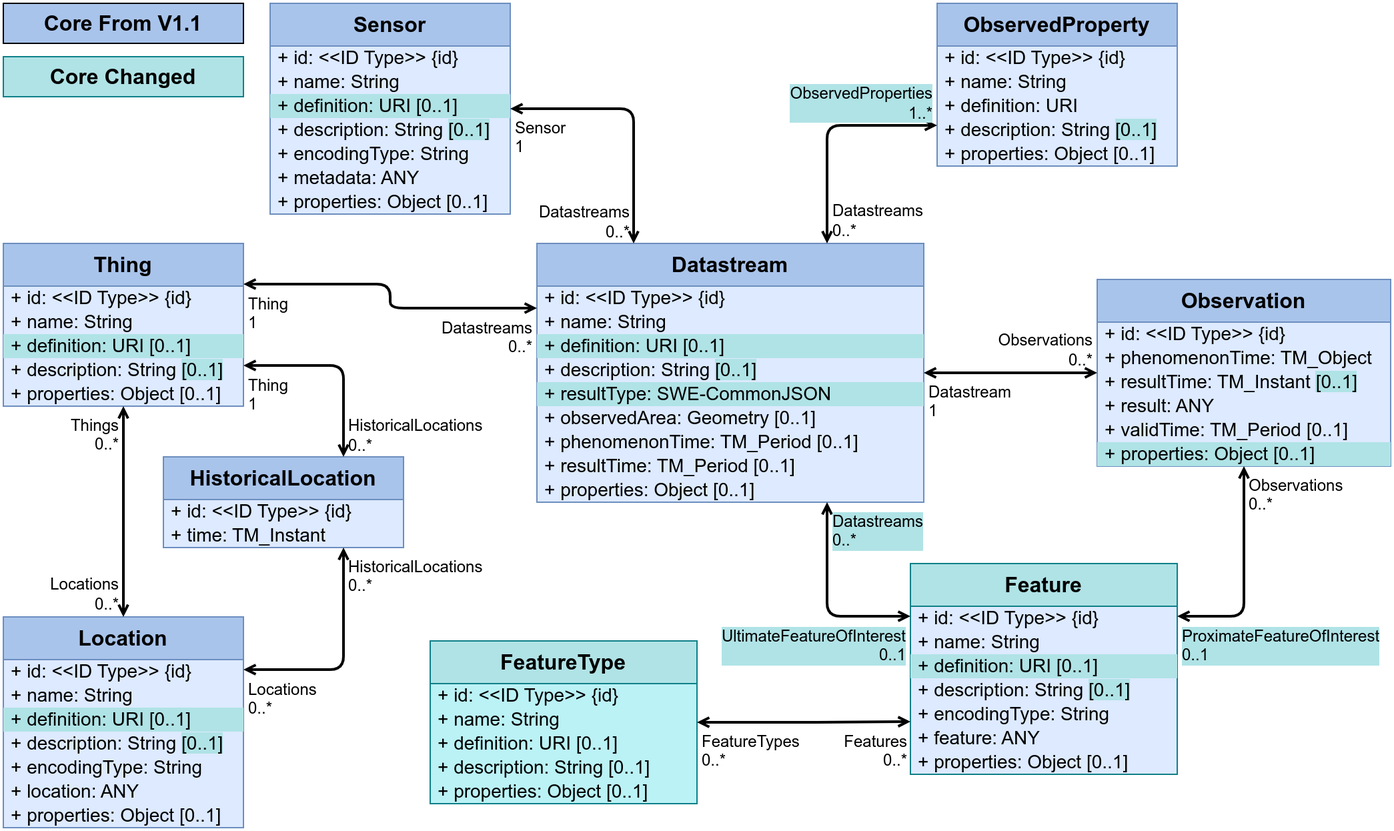
The draw.io diagram figures/Datamodel-SensorThingsApi-V2-Core-changed.drawio.png in opengeospatial/sensorthings, before a commit. Source tidied: cells renumbered, new cells last; positions are measured from the earlier drawing's top-left corner, leaving out a move shared by most shapes.
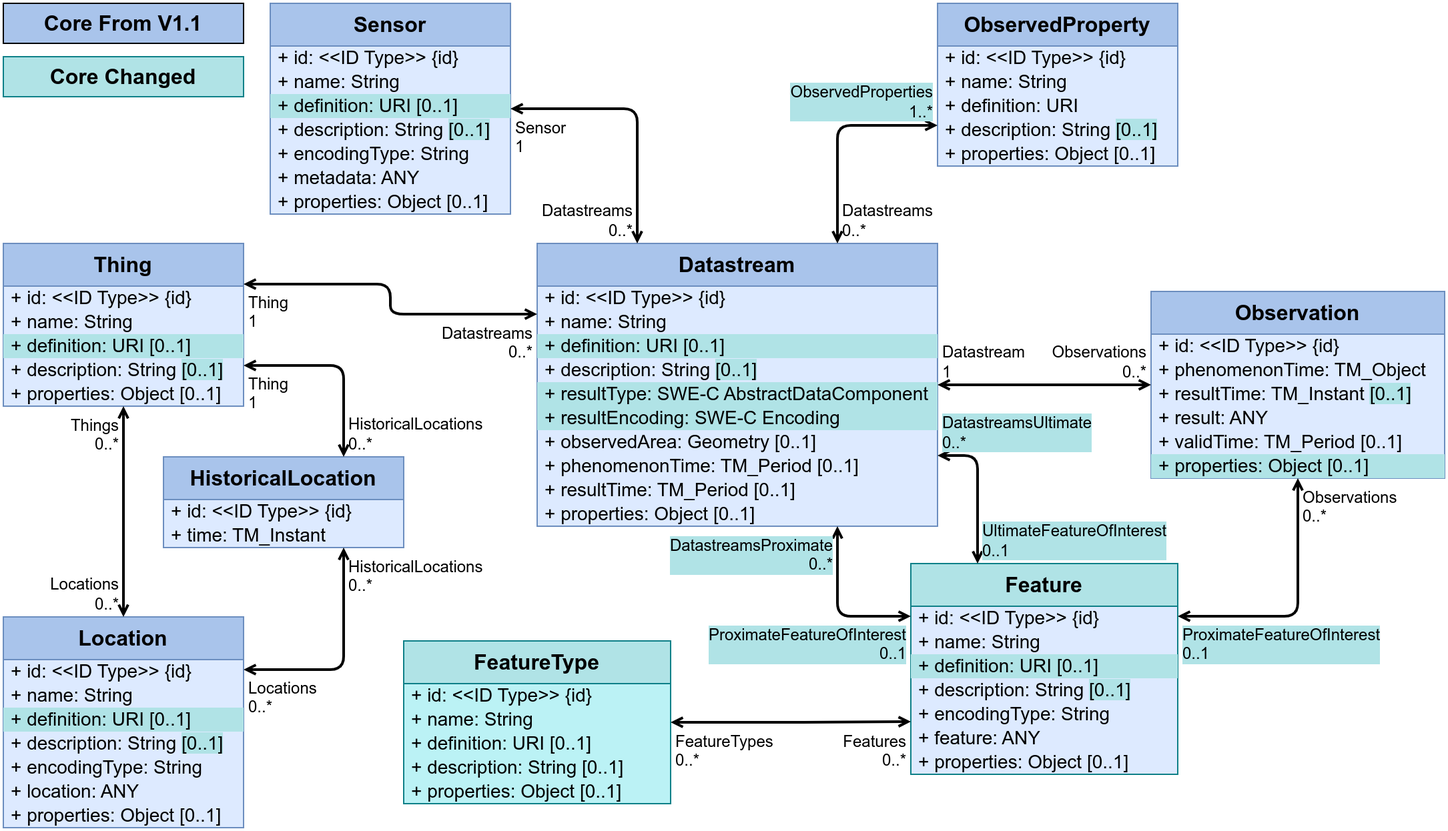
Above is the later version.

Commit message:
Added ProximateFeatureOfInterest link to Datastream

Diff of the diagram source:
```diff
@@ -3,34 +3,37 @@
     <mxCell id="0" />
     <mxCell id="1" parent="0" />
     <mxCell id="2" value="Datastream" style="swimlane;fontStyle=1;horizontal=1;startSize=32;fontSize=16;whiteSpace=wrap;html=1;fillColor=#A9C4EB;strokeColor=#6c8ebf;swimlaneFillColor=#DDEAFF;verticalAlign=top;" parent="1" vertex="1">
-      <mxGeometry x="400" y="180" width="290" height="194" as="geometry" />
+      <mxGeometry x="400" y="180" width="300" height="212" as="geometry" />
     </mxCell>
     <mxCell id="3" value="+&amp;nbsp;id: &amp;lt;&amp;lt;ID Type&amp;gt;&amp;gt;&amp;nbsp;{id}" style="text;strokeColor=none;fillColor=none;align=left;verticalAlign=middle;spacingLeft=4;spacingRight=4;overflow=visible;html=1;fontSize=14;" parent="2" vertex="1">
-      <mxGeometry y="32" width="290" height="18" as="geometry" />
+      <mxGeometry y="32" width="300" height="18" as="geometry" />
     </mxCell>
     <mxCell id="4" value="+ name: String" style="text;strokeColor=none;fillColor=none;align=left;verticalAlign=middle;spacingLeft=4;spacingRight=4;overflow=visible;html=1;fontSize=14;" parent="2" vertex="1">
-      <mxGeometry y="50" width="290" height="18" as="geometry" />
+      <mxGeometry y="50" width="300" height="18" as="geometry" />
     </mxCell>
     <mxCell id="5" value="+&amp;nbsp;definition: URI&amp;nbsp;[0..1]" style="text;strokeColor=none;fillColor=#B0E3E6;align=left;verticalAlign=middle;spacingLeft=4;spacingRight=4;overflow=visible;html=1;fontSize=14;" parent="2" vertex="1">
-      <mxGeometry y="68" width="290" height="18" as="geometry" />
+      <mxGeometry y="68" width="300" height="18" as="geometry" />
     </mxCell>
     <mxCell id="6" value="+ description: String&amp;nbsp;&lt;span style=&quot;background-color: rgb(176, 227, 230);&quot;&gt;[0..1]&lt;/span&gt;" style="text;strokeColor=none;fillColor=none;align=left;verticalAlign=middle;spacingLeft=4;spacingRight=4;overflow=visible;html=1;fontSize=14;" parent="2" vertex="1">
-      <mxGeometry y="86" width="290" height="18" as="geometry" />
+      <mxGeometry y="86" width="300" height="18" as="geometry" />
     </mxCell>
-    <mxCell id="7" value="+ resultType: SWE-CommonJSON" style="text;strokeColor=none;fillColor=#b0e3e6;align=left;verticalAlign=middle;spacingLeft=4;spacingRight=4;overflow=visible;html=1;fontSize=14;" parent="2" vertex="1">
-      <mxGeometry y="104" width="290" height="18" as="geometry" />
+    <mxCell id="7" value="+ resultType: SWE-C AbstractDataComponent" style="text;strokeColor=none;fillColor=#b0e3e6;align=left;verticalAlign=middle;spacingLeft=4;spacingRight=4;overflow=visible;html=1;fontSize=14;" parent="2" vertex="1">
+      <mxGeometry y="104" width="300" height="18" as="geometry" />
     </mxCell>
+    <mxCell id="96" value="+ resultEncoding: SWE-C Encoding" style="text;strokeColor=none;fillColor=#b0e3e6;align=left;verticalAlign=middle;spacingLeft=4;spacingRight=4;overflow=visible;html=1;fontSize=14;" parent="2" vertex="1">
+      <mxGeometry y="122" width="300" height="18" as="geometry" />
+    </mxCell>
     <mxCell id="8" value="+&amp;nbsp;observedArea: Geometry&amp;nbsp;[0..1]" style="text;strokeColor=none;fillColor=none;align=left;verticalAlign=middle;spacingLeft=4;spacingRight=4;overflow=visible;html=1;fontSize=14;" parent="2" vertex="1">
-      <mxGeometry y="122" width="290" height="18" as="geometry" />
+      <mxGeometry y="140" width="300" height="18" as="geometry" />
     </mxCell>
     <mxCell id="9" value="+&amp;nbsp;phenomenonTime:&amp;nbsp;TM_Period&amp;nbsp;[0..1]" style="text;strokeColor=none;fillColor=none;align=left;verticalAlign=middle;spacingLeft=4;spacingRight=4;overflow=visible;html=1;fontSize=14;" parent="2" vertex="1">
-      <mxGeometry y="140" width="290" height="18" as="geometry" />
+      <mxGeometry y="158" width="300" height="18" as="geometry" />
     </mxCell>
     <mxCell id="10" value="+&amp;nbsp;resultTime:&amp;nbsp;TM_Period&amp;nbsp;[0..1]" style="text;strokeColor=none;fillColor=none;align=left;verticalAlign=middle;spacingLeft=4;spacingRight=4;overflow=visible;html=1;fontSize=14;" parent="2" vertex="1">
-      <mxGeometry y="158" width="290" height="18" as="geometry" />
+      <mxGeometry y="176" width="300" height="18" as="geometry" />
     </mxCell>
     <mxCell id="11" value="+&amp;nbsp;properties: Object&amp;nbsp;[0..1]" style="text;strokeColor=none;fillColor=none;align=left;verticalAlign=middle;spacingLeft=4;spacingRight=4;overflow=visible;html=1;fontSize=14;" parent="2" vertex="1">
-      <mxGeometry y="176" width="290" height="18" as="geometry" />
+      <mxGeometry y="194" width="300" height="18" as="geometry" />
     </mxCell>
     <mxCell id="12" value="Feature" style="swimlane;fontStyle=1;horizontal=1;startSize=32;fontSize=16;whiteSpace=wrap;html=1;fillColor=#b0e3e6;strokeColor=#0e8088;swimlaneFillColor=#DDEAFF;verticalAlign=top;" parent="1" vertex="1">
       <mxGeometry x="680" y="420" width="200" height="158" as="geometry" />
@@ -59,14 +62,14 @@
     <mxCell id="20" style="endArrow=open;startArrow=open;html=1;rounded=1;exitX=0;exitY=0.25;exitDx=0;exitDy=0;edgeStyle=orthogonalEdgeStyle;entryX=0.75;entryY=1;entryDx=0;entryDy=0;curved=0;strokeWidth=2;startFill=0;endFill=0;endSize=5;startSize=5;" parent="1" edge="1" source="12" target="2">
       <mxGeometry relative="1" as="geometry" />
     </mxCell>
-    <mxCell id="21" value="UltimateFeatureOfInterest&lt;br&gt;0..1" style="edgeLabel;html=1;align=right;verticalAlign=top;labelBackgroundColor=#B0E3E6;fontSize=12;spacingLeft=1;spacing=3;spacingRight=2;" parent="20" vertex="1">
+    <mxCell id="21" value="ProximateFeatureOfInterest&lt;br&gt;0..1" style="edgeLabel;html=1;align=right;verticalAlign=top;labelBackgroundColor=#B0E3E6;fontSize=12;spacingLeft=1;spacing=3;spacingRight=2;" parent="20" vertex="1">
       <mxGeometry x="-1" relative="1" as="geometry" />
     </mxCell>
-    <mxCell id="22" value="Datastreams&lt;br&gt;0..*" style="edgeLabel;html=1;align=left;verticalAlign=top;labelBackgroundColor=#B0E3E6;fontSize=12;spacingLeft=1;spacing=3;spacingRight=2;" parent="20" vertex="1">
+    <mxCell id="22" value="DatastreamsProximate&lt;br&gt;0..*" style="edgeLabel;html=1;align=right;verticalAlign=top;labelBackgroundColor=#B0E3E6;fontSize=12;spacingLeft=1;spacing=3;spacingRight=2;" parent="20" vertex="1">
       <mxGeometry x="1" relative="1" as="geometry" />
     </mxCell>
     <mxCell id="23" value="FeatureType" style="swimlane;fontStyle=1;horizontal=1;startSize=32;fontSize=16;whiteSpace=wrap;html=1;fillColor=#b0e3e6;strokeColor=#0e8088;swimlaneFillColor=#BBF2F5;verticalAlign=top;" parent="1" vertex="1">
-      <mxGeometry x="320" y="478" width="200" height="122" as="geometry" />
+      <mxGeometry x="300" y="478" width="200" height="122" as="geometry" />
     </mxCell>
     <mxCell id="24" value="+&amp;nbsp;id: &amp;lt;&amp;lt;ID Type&amp;gt;&amp;gt;&amp;nbsp;{id}" style="text;strokeColor=none;fillColor=none;align=left;verticalAlign=middle;spacingLeft=4;spacingRight=4;overflow=visible;html=1;fontSize=14;" parent="23" vertex="1">
       <mxGeometry y="32" width="200" height="18" as="geometry" />
@@ -135,7 +138,7 @@
       <mxGeometry x="1" relative="1" as="geometry" />
     </mxCell>
     <mxCell id="46" value="Observation" style="swimlane;fontStyle=1;horizontal=1;startSize=32;fontSize=16;whiteSpace=wrap;html=1;fillColor=#A9C4EB;strokeColor=#6c8ebf;swimlaneFillColor=#DDEAFF;verticalAlign=top;" parent="1" vertex="1">
-      <mxGeometry x="820" y="207" width="220" height="140" as="geometry" />
+      <mxGeometry x="860" y="216" width="220" height="140" as="geometry" />
     </mxCell>
     <mxCell id="47" value="+&amp;nbsp;id: &amp;lt;&amp;lt;ID Type&amp;gt;&amp;gt;&amp;nbsp;{id}" style="text;strokeColor=none;fillColor=none;align=left;verticalAlign=middle;spacingLeft=4;spacingRight=4;overflow=visible;html=1;fontSize=14;" parent="46" vertex="1">
       <mxGeometry y="32" width="220" height="18" as="geometry" />
@@ -161,7 +164,7 @@
     <mxCell id="54" value="Observations&lt;br&gt;0..*" style="edgeLabel;html=1;align=right;verticalAlign=bottom;labelBackgroundColor=none;fontSize=12;spacingLeft=1;spacing=3;spacingRight=2;" parent="53" vertex="1">
       <mxGeometry x="-1" relative="1" as="geometry" />
     </mxCell>
-    <mxCell id="55" value="Datastream&lt;br&gt;1" style="edgeLabel;html=1;align=left;verticalAlign=top;labelBackgroundColor=none;fontSize=12;spacingLeft=1;spacing=3;spacingRight=2;" parent="53" vertex="1">
+    <mxCell id="55" value="Datastream&lt;br&gt;1" style="edgeLabel;html=1;align=left;verticalAlign=bottom;labelBackgroundColor=none;fontSize=12;spacingLeft=1;spacing=3;spacingRight=2;" parent="53" vertex="1">
       <mxGeometry x="1" relative="1" as="geometry" />
     </mxCell>
     <mxCell id="56" style="endArrow=open;startArrow=open;html=1;rounded=1;exitX=0.5;exitY=1;exitDx=0;exitDy=0;edgeStyle=orthogonalEdgeStyle;entryX=1;entryY=0.25;entryDx=0;entryDy=0;curved=0;strokeWidth=2;startFill=0;endFill=0;endSize=5;startSize=5;" parent="1" edge="1" source="46" target="12">
@@ -284,5 +287,14 @@
     <mxCell id="95" value="Core From V1.1" style="rounded=0;whiteSpace=wrap;html=1;labelBackgroundColor=none;fillColor=#A9C4EB;strokeColor=default;fontStyle=1;fontSize=16;" parent="1" vertex="1">
       <mxGeometry width="180" height="30" as="geometry" />
     </mxCell>
+    <mxCell id="97" style="endArrow=open;startArrow=open;html=1;rounded=1;exitX=0.25;exitY=0;exitDx=0;exitDy=0;edgeStyle=orthogonalEdgeStyle;entryX=1;entryY=0.75;entryDx=0;entryDy=0;curved=0;strokeWidth=2;startFill=0;endFill=0;endSize=5;startSize=5;" parent="1" edge="1" source="12" target="2">
+      <mxGeometry relative="1" as="geometry" />
+    </mxCell>
+    <mxCell id="98" value="UltimateFeatureOfInterest&lt;br&gt;0..1" style="edgeLabel;html=1;align=left;verticalAlign=bottom;labelBackgroundColor=#B0E3E6;fontSize=12;spacingLeft=1;spacing=3;spacingRight=2;" parent="97" vertex="1">
+      <mxGeometry x="-1" relative="1" as="geometry" />
+    </mxCell>
+    <mxCell id="99" value="DatastreamsUltimate&lt;br&gt;0..*" style="edgeLabel;html=1;align=left;verticalAlign=bottom;labelBackgroundColor=#B0E3E6;fontSize=12;spacingLeft=1;spacing=3;spacingRight=2;" parent="97" vertex="1">
+      <mxGeometry x="1" relative="1" as="geometry" />
+    </mxCell>
   </root>
 </mxGraphModel>
```
